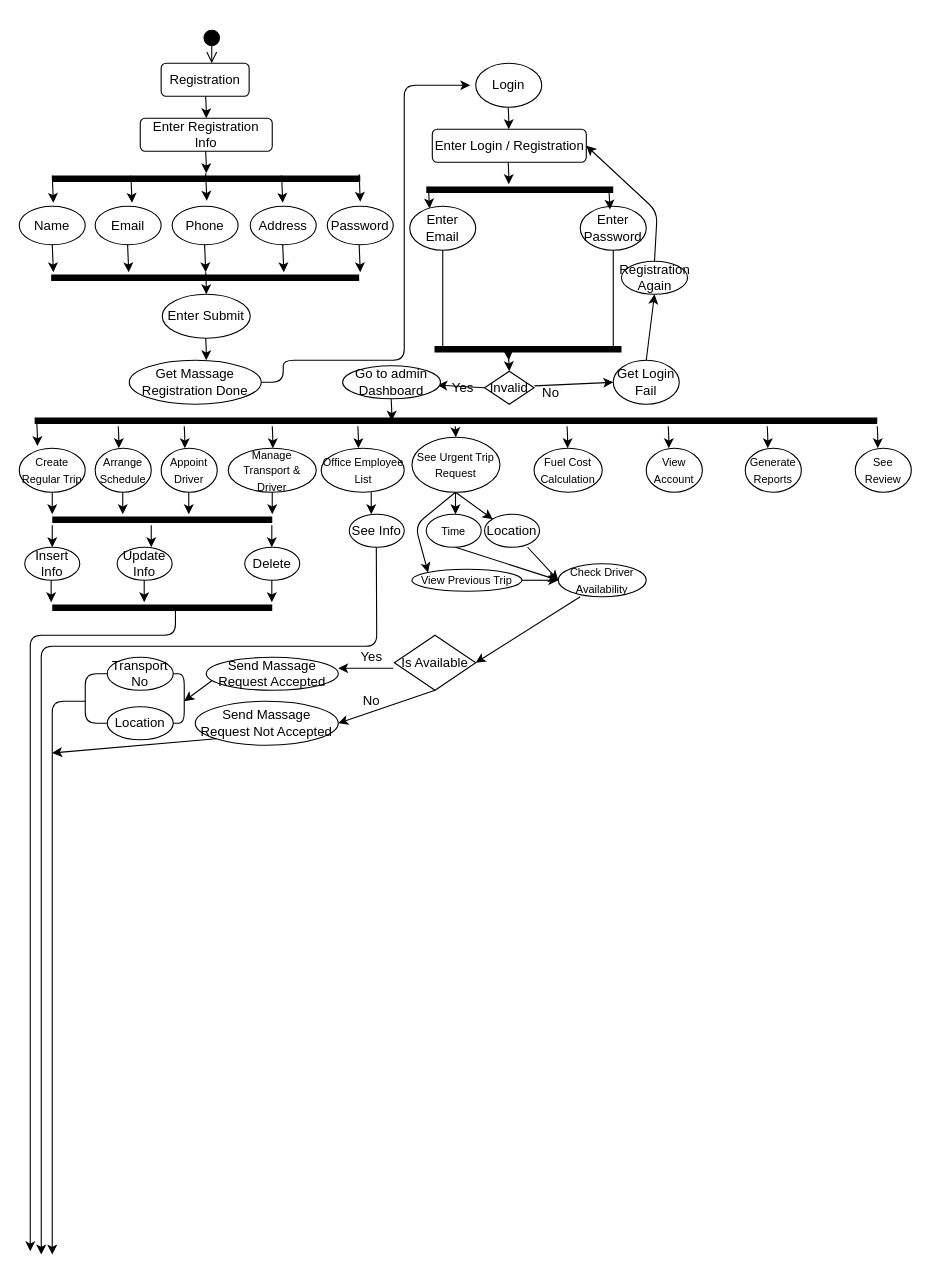
SHIMAISRAFIL/Transport-Schedule keeps this draw.io diagram as database/Activity Diagram Admin.drawio. Above is the earlier version. Source tidied: cells renumbered, new cells numbered last; positions are measured from the earlier drawing's top-left corner, leaving out a move shared by most shapes. Both pictures are drawn from the tidied source at 110%, with x=0, y=0 at pixel (19, 29).
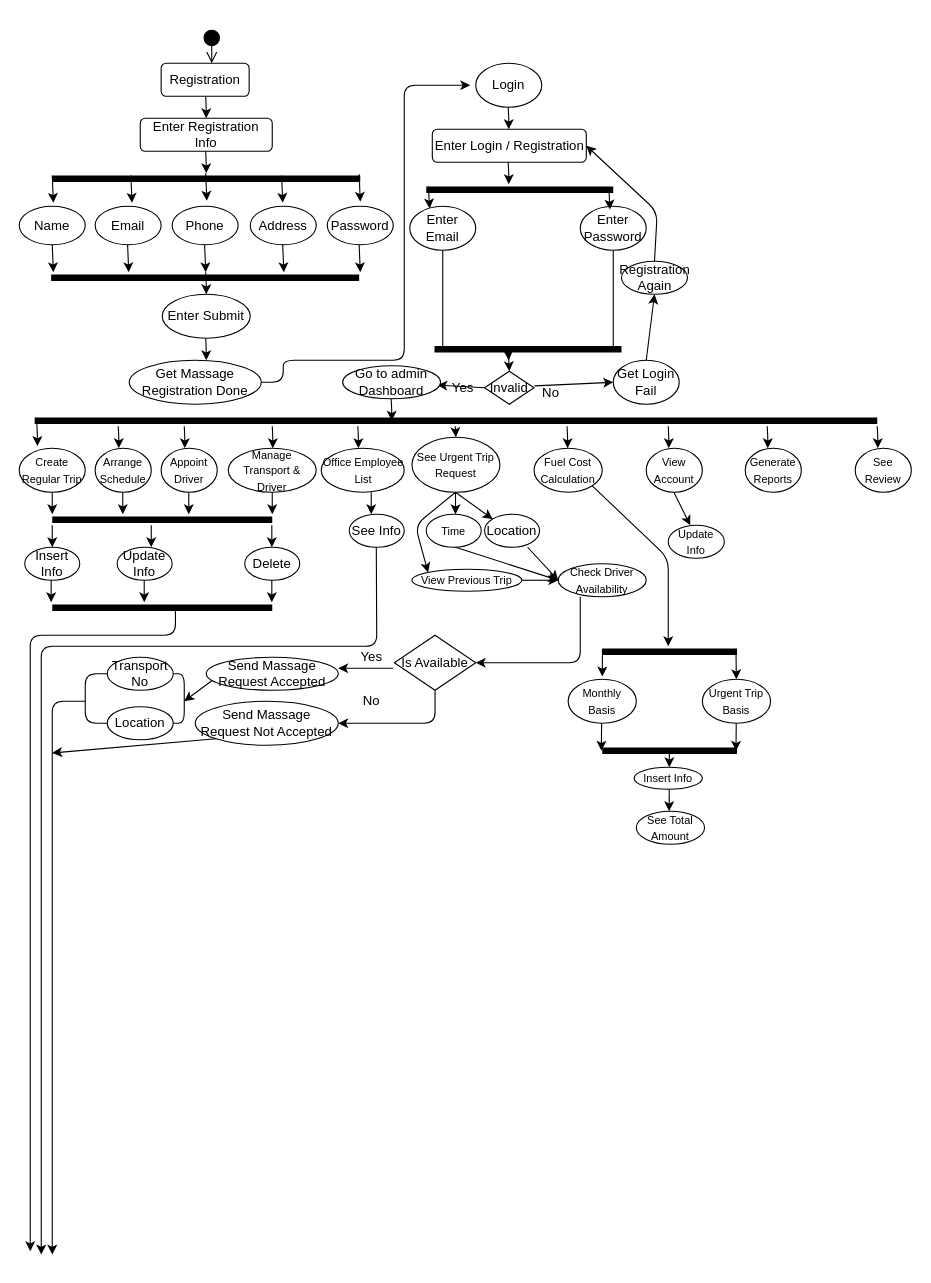
After the change.

The change refers to these unchanged cells:
```xml
<mxCell id="70" value="&lt;font style=&quot;font-size: 10px&quot;&gt;Fuel Cost Calculation&lt;/font&gt;" style="ellipse;whiteSpace=wrap;html=1;strokeColor=#000000;" parent="1" vertex="1">
  <mxGeometry x="468" y="381" width="62" height="40" as="geometry" />
</mxCell>
<mxCell id="105" value="Is Available" style="rhombus;whiteSpace=wrap;html=1;strokeColor=#000000;" parent="1" vertex="1">
  <mxGeometry x="341" y="551" width="74" height="50" as="geometry" />
</mxCell>
```

Diff of the diagram source:
```diff
@@
     <mxCell id="104" style="endArrow=classic;html=1;strokeColor=#000000;exitX=0.5;exitY=1;exitDx=0;exitDy=0;entryX=1;entryY=0.5;entryDx=0;entryDy=0;" parent="1" edge="1" target="105">
       <mxGeometry relative="1" as="geometry">
         <mxPoint x="510" y="516" as="sourcePoint" />
+        <Array as="points">
+          <mxPoint x="510" y="576" />
+        </Array>
       </mxGeometry>
     </mxCell>
@@
     <mxCell id="108" style="endArrow=classic;html=1;strokeColor=#000000;exitX=0.5;exitY=1;exitDx=0;exitDy=0;" parent="1" edge="1" source="105">
       <mxGeometry relative="1" as="geometry">
         <mxPoint x="290" y="631" as="targetPoint" />
+        <Array as="points">
+          <mxPoint x="378" y="631" />
+        </Array>
       </mxGeometry>
     </mxCell>
@@
+    <mxCell id="119" style="endArrow=classic;html=1;strokeColor=#000000;exitX=0.5;exitY=1;exitDx=0;exitDy=0;" parent="1" edge="1">
+      <mxGeometry relative="1" as="geometry">
+        <mxPoint x="595.1" y="421" as="sourcePoint" />
+        <mxPoint x="610" y="451" as="targetPoint" />
+      </mxGeometry>
+    </mxCell>
+    <mxCell id="120" value="&lt;font style=&quot;font-size: 10px&quot;&gt;Update Info&lt;/font&gt;" style="ellipse;whiteSpace=wrap;html=1;strokeColor=#000000;" parent="1" vertex="1">
+      <mxGeometry x="590" y="451" width="51" height="30" as="geometry" />
+    </mxCell>
+    <mxCell id="121" style="endArrow=classic;html=1;strokeColor=#000000;exitX=1;exitY=1;exitDx=0;exitDy=0;" parent="1" edge="1" source="70">
+      <mxGeometry relative="1" as="geometry">
+        <mxPoint x="590" y="561" as="targetPoint" />
+        <Array as="points">
+          <mxPoint x="590" y="481" />
+        </Array>
+      </mxGeometry>
+    </mxCell>
+    <mxCell id="122" style="shape=line;html=1;strokeWidth=6;" parent="1" vertex="1">
+      <mxGeometry x="530" y="561" width="122.5" height="10" as="geometry" />
+    </mxCell>
+    <mxCell id="123" style="endArrow=classic;html=1;strokeColor=#000000;" parent="1" edge="1">
+      <mxGeometry relative="1" as="geometry">
+        <mxPoint x="530.2" y="563.5" as="sourcePoint" />
+        <mxPoint x="530" y="588.5" as="targetPoint" />
+      </mxGeometry>
+    </mxCell>
+    <mxCell id="124" style="endArrow=classic;html=1;strokeColor=#000000;" parent="1" edge="1">
+      <mxGeometry relative="1" as="geometry">
+        <mxPoint x="651.6" y="566" as="sourcePoint" />
+        <mxPoint x="651.9" y="591" as="targetPoint" />
+      </mxGeometry>
+    </mxCell>
+    <mxCell id="125" value="&lt;font style=&quot;font-size: 10px&quot;&gt;Monthly Basis&lt;/font&gt;" style="ellipse;whiteSpace=wrap;html=1;strokeColor=#000000;" parent="1" vertex="1">
+      <mxGeometry x="499" y="591" width="62" height="40" as="geometry" />
+    </mxCell>
+    <mxCell id="126" value="&lt;font style=&quot;font-size: 10px&quot;&gt;Urgent Trip Basis&lt;/font&gt;" style="ellipse;whiteSpace=wrap;html=1;strokeColor=#000000;" parent="1" vertex="1">
+      <mxGeometry x="621" y="591" width="62" height="40" as="geometry" />
+    </mxCell>
+    <mxCell id="127" style="endArrow=classic;html=1;strokeColor=#000000;" parent="1" edge="1">
+      <mxGeometry relative="1" as="geometry">
+        <mxPoint x="529.4" y="631" as="sourcePoint" />
+        <mxPoint x="529.2" y="656" as="targetPoint" />
+      </mxGeometry>
+    </mxCell>
+    <mxCell id="128" style="endArrow=classic;html=1;strokeColor=#000000;" parent="1" edge="1">
+      <mxGeometry relative="1" as="geometry">
+        <mxPoint x="651.8" y="631" as="sourcePoint" />
+        <mxPoint x="651.6" y="656" as="targetPoint" />
+      </mxGeometry>
+    </mxCell>
+    <mxCell id="129" style="shape=line;html=1;strokeWidth=6;" parent="1" vertex="1">
+      <mxGeometry x="530" y="651" width="122.5" height="10" as="geometry" />
+    </mxCell>
+    <mxCell id="130" style="endArrow=classic;html=1;strokeColor=#000000;" parent="1" edge="1">
+      <mxGeometry relative="1" as="geometry">
+        <mxPoint x="591" y="654" as="sourcePoint" />
+        <mxPoint x="591" y="671" as="targetPoint" />
+      </mxGeometry>
+    </mxCell>
+    <mxCell id="131" value="&lt;font style=&quot;font-size: 10px&quot;&gt;Insert Info&lt;/font&gt;" style="ellipse;whiteSpace=wrap;html=1;strokeColor=#000000;" parent="1" vertex="1">
+      <mxGeometry x="559" y="671" width="62" height="20" as="geometry" />
+    </mxCell>
+    <mxCell id="132" style="endArrow=classic;html=1;strokeColor=#000000;" parent="1" edge="1">
+      <mxGeometry relative="1" as="geometry">
+        <mxPoint x="590.9" y="691" as="sourcePoint" />
+        <mxPoint x="590.8" y="711" as="targetPoint" />
+      </mxGeometry>
+    </mxCell>
+    <mxCell id="133" value="&lt;font style=&quot;font-size: 10px&quot;&gt;See Total Amount&lt;/font&gt;" style="ellipse;whiteSpace=wrap;html=1;strokeColor=#000000;" parent="1" vertex="1">
+      <mxGeometry x="561" y="711" width="62" height="30" as="geometry" />
+    </mxCell>
```
